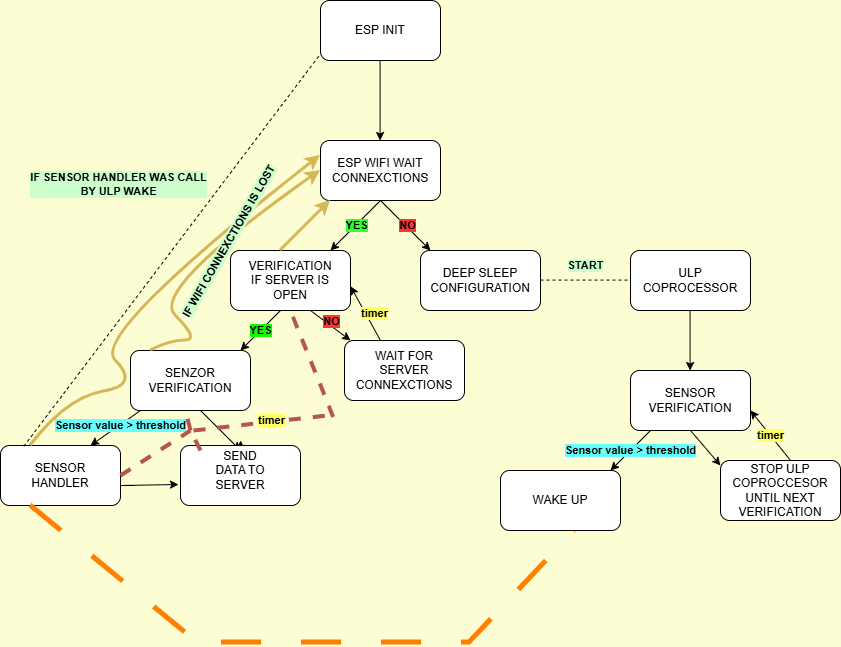
This is images/Workflow.png from casnkl/ESP32-WIFI-PROJECT, a draw.io export, as it was before one commit. Source tidied: cells renumbered, new cells last; positions are measured from the earlier drawing's top-left corner, leaving out a move shared by most shapes.
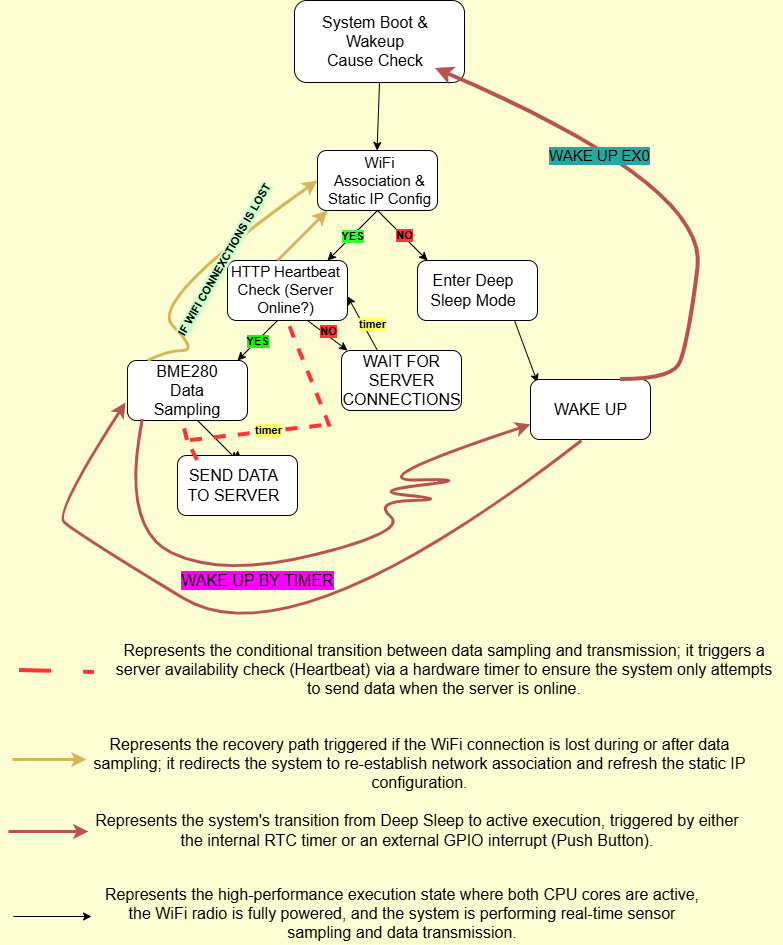
Later version of the same file.

The edit, as a diff of the source:
```diff
@@ -5,10 +5,9 @@
     <mxCell id="2" style="rounded=1;whiteSpace=wrap;html=1;" parent="1" vertex="1">
-      <mxGeometry x="320" width="120" height="60" as="geometry" />
+      <mxGeometry x="297" y="-10" width="170" height="82" as="geometry" />
     </mxCell>
-    <mxCell id="3" value="ESP INIT" style="text;html=1;whiteSpace=wrap;strokeColor=none;fillColor=none;align=center;verticalAlign=middle;rounded=0;" parent="1" vertex="1">
-      <mxGeometry x="350" y="15" width="60" height="30" as="geometry" />
+    <mxCell id="3" value="&lt;font&gt;System Boot &amp;amp; Wakeup Cause Check&lt;/font&gt;" style="text;html=1;whiteSpace=wrap;strokeColor=none;fillColor=none;align=center;verticalAlign=middle;rounded=0;fontSize=16;" parent="1" vertex="1">
+      <mxGeometry x="324" y="9.5" width="108" height="43" as="geometry" />
     </mxCell>
-    <mxCell id="4" style="endArrow=classic;html=1;rounded=0;" parent="1" edge="1">
+    <mxCell id="4" style="endArrow=classic;html=1;rounded=0;exitX=0.5;exitY=1;exitDx=0;exitDy=0;" parent="1" edge="1" source="2">
       <mxGeometry relative="1" as="geometry">
-        <mxPoint x="379.6" y="60" as="sourcePoint" />
         <mxPoint x="379.6" y="140" as="targetPoint" />
@@ -19,4 +18,4 @@
     </mxCell>
-    <mxCell id="6" value="ESP WIFI WAIT CONNEXCTIONS" style="text;html=1;whiteSpace=wrap;strokeColor=none;fillColor=none;align=center;verticalAlign=middle;rounded=0;" parent="1" vertex="1">
-      <mxGeometry x="350" y="155" width="60" height="30" as="geometry" />
+    <mxCell id="6" value="WiFi Association &amp;amp; Static IP Config" style="text;html=1;whiteSpace=wrap;strokeColor=none;fillColor=none;align=center;verticalAlign=middle;rounded=0;fontSize=15;" parent="1" vertex="1">
+      <mxGeometry x="328.5" y="151" width="107" height="38" as="geometry" />
     </mxCell>
@@ -36,70 +35,5 @@
     </mxCell>
-    <mxCell id="10" value="DEEP SLEEP CONFIGURATION" style="text;html=1;whiteSpace=wrap;strokeColor=none;fillColor=none;align=center;verticalAlign=middle;rounded=0;" parent="1" vertex="1">
-      <mxGeometry x="450" y="265" width="60" height="30" as="geometry" />
+    <mxCell id="10" value="Enter Deep Sleep Mode" style="text;html=1;whiteSpace=wrap;strokeColor=none;fillColor=none;align=center;verticalAlign=middle;rounded=0;fontSize=16;" parent="1" vertex="1">
+      <mxGeometry x="424" y="265" width="104" height="30" as="geometry" />
     </mxCell>
-    <mxCell id="11" style="endArrow=none;dashed=1;html=1;rounded=0;" parent="1" edge="1">
-      <mxGeometry relative="1" as="geometry">
-        <mxPoint x="540" y="279.6" as="sourcePoint" />
-        <mxPoint x="630" y="279.6" as="targetPoint" />
-      </mxGeometry>
-    </mxCell>
-    <mxCell id="12" value="START" style="edgeLabel;html=1;align=center;verticalAlign=middle;labelBackgroundColor=#CCFFCC;fontStyle=1;" parent="11" vertex="1">
-      <mxGeometry x="0.01" y="-2" relative="1" as="geometry">
-        <mxPoint x="-1" y="-17" as="offset" />
-      </mxGeometry>
-    </mxCell>
-    <mxCell id="13" style="rounded=1;whiteSpace=wrap;html=1;" parent="1" vertex="1">
-      <mxGeometry x="630" y="250" width="120" height="60" as="geometry" />
-    </mxCell>
-    <mxCell id="14" value="ULP COPROCESSOR" style="text;html=1;whiteSpace=wrap;strokeColor=none;fillColor=none;align=center;verticalAlign=middle;rounded=0;" parent="1" vertex="1">
-      <mxGeometry x="660" y="265" width="60" height="30" as="geometry" />
-    </mxCell>
-    <mxCell id="15" style="endArrow=classic;html=1;rounded=0;" parent="1" edge="1">
-      <mxGeometry relative="1" as="geometry">
-        <mxPoint x="689.6" y="310" as="sourcePoint" />
-        <mxPoint x="689.6" y="370" as="targetPoint" />
-      </mxGeometry>
-    </mxCell>
-    <mxCell id="16" style="rounded=1;whiteSpace=wrap;html=1;" parent="1" vertex="1">
-      <mxGeometry x="630" y="370" width="120" height="60" as="geometry" />
-    </mxCell>
-    <mxCell id="17" value="SENSOR VERIFICATION" style="text;html=1;whiteSpace=wrap;strokeColor=none;fillColor=none;align=center;verticalAlign=middle;rounded=0;" parent="1" vertex="1">
-      <mxGeometry x="660" y="385" width="60" height="30" as="geometry" />
-    </mxCell>
-    <mxCell id="18" style="endArrow=classic;html=1;rounded=0;" parent="1" edge="1">
-      <mxGeometry relative="1" as="geometry">
-        <mxPoint x="650" y="430" as="sourcePoint" />
-        <mxPoint x="610" y="470" as="targetPoint" />
-      </mxGeometry>
-    </mxCell>
-    <mxCell id="19" value="Sensor value &amp;gt; threshold" style="edgeLabel;html=1;align=center;verticalAlign=middle;labelBackgroundColor=#66FFFF;fontStyle=1;" parent="18" vertex="1">
-      <mxGeometry relative="1" as="geometry" />
-    </mxCell>
-    <mxCell id="20" style="rounded=1;whiteSpace=wrap;html=1;" parent="1" vertex="1">
-      <mxGeometry x="500" y="470" width="120" height="60" as="geometry" />
-    </mxCell>
-    <mxCell id="21" value="WAKE UP" style="text;html=1;whiteSpace=wrap;strokeColor=none;fillColor=none;align=center;verticalAlign=middle;rounded=0;" parent="1" vertex="1">
-      <mxGeometry x="530" y="485" width="60" height="30" as="geometry" />
-    </mxCell>
-    <mxCell id="22" style="endArrow=classic;html=1;rounded=0;" parent="1" edge="1">
-      <mxGeometry relative="1" as="geometry">
-        <mxPoint x="690" y="430" as="sourcePoint" />
-        <mxPoint x="720" y="465" as="targetPoint" />
-      </mxGeometry>
-    </mxCell>
-    <mxCell id="23" style="rounded=1;whiteSpace=wrap;html=1;" parent="1" vertex="1">
-      <mxGeometry x="720" y="460" width="120" height="60" as="geometry" />
-    </mxCell>
-    <mxCell id="24" value="STOP ULP COPROCCESOR UNTIL NEXT VERIFICATION" style="text;html=1;whiteSpace=wrap;strokeColor=none;fillColor=none;align=center;verticalAlign=middle;rounded=0;" parent="1" vertex="1">
-      <mxGeometry x="750" y="475" width="60" height="30" as="geometry" />
-    </mxCell>
-    <mxCell id="25" style="endArrow=classic;html=1;rounded=0;" parent="1" edge="1">
-      <mxGeometry relative="1" as="geometry">
-        <mxPoint x="790" y="460" as="sourcePoint" />
-        <mxPoint x="750" y="410" as="targetPoint" />
-      </mxGeometry>
-    </mxCell>
-    <mxCell id="26" value="timer" style="edgeLabel;html=1;align=center;verticalAlign=middle;labelBackgroundColor=#FFFF66;fontStyle=1;" parent="25" vertex="1">
-      <mxGeometry x="0.02" relative="1" as="geometry" />
-    </mxCell>
     <mxCell id="27" style="endArrow=classic;html=1;rounded=0;" parent="1" edge="1">
@@ -116,4 +50,4 @@
     </mxCell>
-    <mxCell id="30" value="VERIFICATION IF SERVER IS OPEN" style="text;html=1;whiteSpace=wrap;strokeColor=none;fillColor=none;align=center;verticalAlign=middle;rounded=0;" parent="1" vertex="1">
-      <mxGeometry x="260" y="265" width="60" height="30" as="geometry" />
+    <mxCell id="30" value="HTTP Heartbeat Check (Server Online?)" style="text;html=1;whiteSpace=wrap;strokeColor=none;fillColor=none;align=center;verticalAlign=middle;rounded=0;fontSize=15;" parent="1" vertex="1">
+      <mxGeometry x="231" y="254" width="115" height="50" as="geometry" />
     </mxCell>
@@ -136,4 +70,4 @@
     </mxCell>
-    <mxCell id="34" value="&lt;div&gt;WAIT FOR&lt;/div&gt;SERVER CONNEXCTIONS" style="text;html=1;whiteSpace=wrap;strokeColor=none;fillColor=none;align=center;verticalAlign=middle;rounded=0;" parent="1" vertex="1">
-      <mxGeometry x="374" y="355" width="60" height="30" as="geometry" />
+    <mxCell id="34" value="&lt;div&gt;&lt;font style=&quot;font-size: 16px;&quot;&gt;WAIT FOR&lt;/font&gt;&lt;/div&gt;&lt;font style=&quot;font-size: 16px;&quot;&gt;SERVER CONNECTIONS&lt;/font&gt;" style="text;html=1;whiteSpace=wrap;strokeColor=none;fillColor=none;align=center;verticalAlign=middle;rounded=0;" parent="1" vertex="1">
+      <mxGeometry x="359" y="353" width="91" height="34" as="geometry" />
     </mxCell>
@@ -162,21 +96,5 @@
     </mxCell>
-    <mxCell id="40" value="SENZOR VERIFICATION" style="text;html=1;whiteSpace=wrap;strokeColor=none;fillColor=none;align=center;verticalAlign=middle;rounded=0;" parent="1" vertex="1">
-      <mxGeometry x="160" y="365" width="60" height="30" as="geometry" />
+    <mxCell id="40" value="BME280 Data Sampling" style="text;html=1;whiteSpace=wrap;strokeColor=none;fillColor=none;align=center;verticalAlign=middle;rounded=0;fontSize=16;" parent="1" vertex="1">
+      <mxGeometry x="142" y="357" width="96" height="45" as="geometry" />
     </mxCell>
-    <mxCell id="41" style="endArrow=classic;html=1;rounded=0;entryX=0.75;entryY=0;entryDx=0;entryDy=0;" parent="1" edge="1" target="43">
-      <mxGeometry relative="1" as="geometry">
-        <mxPoint x="140" y="410" as="sourcePoint" />
-      </mxGeometry>
-    </mxCell>
-    <mxCell id="42" value="Sensor value &amp;gt; threshold" style="edgeLabel;html=1;align=center;verticalAlign=middle;labelBackgroundColor=#66FFFF;fontStyle=1;" parent="41" vertex="1">
-      <mxGeometry relative="1" as="geometry">
-        <mxPoint x="5" y="-3" as="offset" />
-      </mxGeometry>
-    </mxCell>
-    <mxCell id="43" style="rounded=1;whiteSpace=wrap;html=1;" parent="1" vertex="1">
-      <mxGeometry y="445" width="120" height="60" as="geometry" />
-    </mxCell>
-    <mxCell id="44" value="SENSOR HANDLER" style="text;html=1;whiteSpace=wrap;strokeColor=none;fillColor=none;align=center;verticalAlign=middle;rounded=0;" parent="1" vertex="1">
-      <mxGeometry x="30" y="460" width="60" height="30" as="geometry" />
-    </mxCell>
     <mxCell id="45" style="endArrow=classic;html=1;rounded=0;entryX=0.5;entryY=0.083;entryDx=0;entryDy=0;entryPerimeter=0;" parent="1" edge="1" target="47">
@@ -194,37 +112,6 @@
     </mxCell>
-    <mxCell id="48" value="SEND DATA TO SERVER" style="text;html=1;whiteSpace=wrap;strokeColor=none;fillColor=none;align=center;verticalAlign=middle;rounded=0;" parent="1" vertex="1">
-      <mxGeometry x="210" y="455" width="60" height="30" as="geometry" />
+    <mxCell id="48" value="SEND DATA TO SERVER" style="text;html=1;whiteSpace=wrap;strokeColor=none;fillColor=none;align=center;verticalAlign=middle;rounded=0;fontSize=16;" parent="1" vertex="1">
+      <mxGeometry x="185" y="460" width="103" height="30" as="geometry" />
     </mxCell>
-    <mxCell id="49" style="endArrow=classic;html=1;rounded=0;" parent="1" edge="1">
-      <mxGeometry relative="1" as="geometry">
-        <mxPoint x="134" y="485" as="sourcePoint" />
-        <mxPoint x="178" y="484" as="targetPoint" />
-        <Array as="points">
-          <mxPoint x="120" y="485" />
-        </Array>
-      </mxGeometry>
-    </mxCell>
-    <mxCell id="50" style="endArrow=none;dashed=1;html=1;dashPattern=8 8;strokeWidth=5;rounded=0;exitX=0.25;exitY=1;exitDx=0;exitDy=0;entryX=0.611;entryY=1.019;entryDx=0;entryDy=0;entryPerimeter=0;strokeColor=#FF8000;" parent="1" edge="1" source="43" target="20">
-      <mxGeometry relative="1" as="geometry">
-        <Array as="points">
-          <mxPoint x="197" y="642" />
-          <mxPoint x="469" y="642" />
-        </Array>
-      </mxGeometry>
-    </mxCell>
-    <mxCell id="51" style="endArrow=none;dashed=1;html=1;rounded=0;entryX=-0.011;entryY=0.919;entryDx=0;entryDy=0;entryPerimeter=0;exitX=0.194;exitY=0.014;exitDx=0;exitDy=0;exitPerimeter=0;" parent="1" edge="1" source="43" target="2">
-      <mxGeometry relative="1" as="geometry" />
-    </mxCell>
-    <mxCell id="52" value="&lt;font style=&quot;color: light-dark(rgb(0, 0, 0), rgb(237, 237, 237));&quot;&gt;&lt;b&gt;IF SENSOR HANDLER WAS CALL&lt;br&gt;BY ULP WAKE&lt;/b&gt;&lt;/font&gt;" style="edgeLabel;html=1;align=center;verticalAlign=middle;labelBackgroundColor=light-dark(#CCFFCC,#EDEDED);" parent="51" vertex="1">
-      <mxGeometry x="0.34" y="1" relative="1" as="geometry">
-        <mxPoint x="-102" as="offset" />
-      </mxGeometry>
-    </mxCell>
-    <mxCell id="53" style="endArrow=none;dashed=1;html=1;rounded=0;fillColor=#f8cecc;strokeColor=#b85450;strokeWidth=4;" parent="1" edge="1">
-      <mxGeometry relative="1" as="geometry">
-        <mxPoint x="120" y="475" as="sourcePoint" />
-        <mxPoint x="190" y="430" as="targetPoint" />
-      </mxGeometry>
-    </mxCell>
-    <mxCell id="54" style="endArrow=none;dashed=1;html=1;rounded=0;exitX=0.167;exitY=0.083;exitDx=0;exitDy=0;exitPerimeter=0;fillColor=#f8cecc;strokeColor=#b85450;strokeWidth=4;" parent="1" edge="1" source="47">
+    <mxCell id="54" style="endArrow=none;dashed=1;html=1;rounded=0;exitX=0.167;exitY=0.083;exitDx=0;exitDy=0;exitPerimeter=0;fillColor=#f8cecc;strokeColor=#FF3333;strokeWidth=4;" parent="1" edge="1" source="47">
       <mxGeometry relative="1" as="geometry">
@@ -233,3 +120,3 @@
     </mxCell>
-    <mxCell id="55" style="endArrow=none;dashed=1;html=1;rounded=0;fillColor=#f8cecc;strokeColor=#b85450;strokeWidth=4;" parent="1" edge="1">
+    <mxCell id="55" style="endArrow=none;dashed=1;html=1;rounded=0;fillColor=#f8cecc;strokeColor=#FF3333;strokeWidth=4;" parent="1" edge="1">
       <mxGeometry relative="1" as="geometry">
@@ -239,3 +126,3 @@
     </mxCell>
-    <mxCell id="56" style="endArrow=none;dashed=1;html=1;rounded=0;fillColor=#f8cecc;strokeColor=#b85450;strokeWidth=4;" parent="1" edge="1">
+    <mxCell id="56" style="endArrow=none;dashed=1;html=1;rounded=0;fillColor=#f8cecc;strokeColor=#FF3333;strokeWidth=4;" parent="1" edge="1">
       <mxGeometry relative="1" as="geometry">
@@ -250,3 +137,3 @@
     </mxCell>
-    <mxCell id="58" style="endArrow=none;dashed=1;html=1;rounded=0;exitX=0.106;exitY=0.025;exitDx=0;exitDy=0;exitPerimeter=0;entryX=0.5;entryY=1;entryDx=0;entryDy=0;fillColor=#f8cecc;strokeColor=#b85450;strokeWidth=4;" parent="1" edge="1" target="29">
+    <mxCell id="58" style="endArrow=none;dashed=1;html=1;rounded=0;exitX=0.106;exitY=0.025;exitDx=0;exitDy=0;exitPerimeter=0;entryX=0.5;entryY=1;entryDx=0;entryDy=0;fillColor=#f8cecc;strokeColor=#FF3333;strokeWidth=4;" parent="1" edge="1" target="29">
       <mxGeometry relative="1" as="geometry">
@@ -271,16 +158,100 @@
     </mxCell>
-    <mxCell id="61" style="curved=1;endArrow=classic;html=1;rounded=0;entryX=0;entryY=0.25;entryDx=0;entryDy=0;fillColor=#fff2cc;strokeColor=#d6b656;strokeWidth=3;exitX=0.25;exitY=0;exitDx=0;exitDy=0;" parent="1" edge="1" source="43" target="5">
-      <mxGeometry relative="1" as="geometry">
-        <Array as="points">
-          <mxPoint x="67" y="397" />
-          <mxPoint x="140" y="385" />
-          <mxPoint x="90" y="335" />
-        </Array>
-      </mxGeometry>
-    </mxCell>
-    <mxCell id="62" value="IF WIFI CONNEXCTIONS IS LOST" style="edgeLabel;html=1;align=center;verticalAlign=middle;rotation=-60;labelBackgroundColor=#CCFFCC;fontStyle=1;" parent="61" vertex="1">
-      <mxGeometry x="0.61" y="2" relative="1" as="geometry">
-        <mxPoint x="-15" y="28" as="offset" />
-      </mxGeometry>
+    <mxCell id="62" value="IF WIFI CONNEXCTIONS IS LOST" style="edgeLabel;html=1;align=center;verticalAlign=middle;rotation=-60;labelBackgroundColor=#CCFFCC;fontStyle=1;" parent="1" vertex="1">
+      <mxGeometry x="226" y="250" as="geometry" />
     </mxCell>
+    <mxCell id="63" style="endArrow=classic;html=1;rounded=0;" parent="1" edge="1">
+      <mxGeometry relative="1" as="geometry">
+        <mxPoint x="517" y="310" as="sourcePoint" />
+        <mxPoint x="540" y="372" as="targetPoint" />
+      </mxGeometry>
+    </mxCell>
+    <mxCell id="64" style="rounded=1;whiteSpace=wrap;html=1;" parent="1" vertex="1">
+      <mxGeometry x="533" y="369" width="120" height="60" as="geometry" />
+    </mxCell>
+    <mxCell id="21" value="WAKE UP" style="text;html=1;whiteSpace=wrap;strokeColor=none;fillColor=none;align=center;verticalAlign=middle;rounded=0;fontSize=16;" parent="1" vertex="1">
+      <mxGeometry x="542" y="384" width="103" height="30" as="geometry" />
+    </mxCell>
+    <mxCell id="65" style="curved=1;endArrow=classic;html=1;rounded=0;strokeWidth=3;fillColor=#f8cecc;strokeColor=#b85450;" parent="1" edge="1">
+      <mxGeometry relative="1" as="geometry">
+        <mxPoint x="584" y="430" as="sourcePoint" />
+        <mxPoint x="128" y="392" as="targetPoint" />
+        <Array as="points">
+          <mxPoint x="295" y="654" />
+          <mxPoint x="76" y="521" />
+          <mxPoint x="57" y="502" />
+        </Array>
+      </mxGeometry>
+    </mxCell>
+    <mxCell id="66" value="WAKE UP BY TIMER" style="edgeLabel;html=1;align=center;verticalAlign=middle;labelBackgroundColor=#FF00FF;fontSize=16;" parent="65" vertex="1">
+      <mxGeometry x="-0.41" y="-17" relative="1" as="geometry">
+        <mxPoint x="-132" y="12" as="offset" />
+      </mxGeometry>
+    </mxCell>
+    <mxCell id="67" style="curved=1;endArrow=classic;html=1;rounded=0;exitX=0.123;exitY=0.977;exitDx=0;exitDy=0;exitPerimeter=0;entryX=0;entryY=0.75;entryDx=0;entryDy=0;strokeWidth=3;fillColor=#f8cecc;strokeColor=#b85450;" parent="1" edge="1" source="39" target="64">
+      <mxGeometry relative="1" as="geometry">
+        <Array as="points">
+          <mxPoint x="123" y="518" />
+          <mxPoint x="226" y="567" />
+          <mxPoint x="410" y="521" />
+          <mxPoint x="376" y="491" />
+          <mxPoint x="453" y="489" />
+          <mxPoint x="370" y="481" />
+          <mxPoint x="480" y="468" />
+          <mxPoint x="360" y="471" />
+        </Array>
+      </mxGeometry>
+    </mxCell>
+    <mxCell id="68" style="curved=1;endArrow=classic;html=1;rounded=0;fillColor=#f8cecc;strokeColor=#b85450;strokeWidth=4;" parent="1" edge="1">
+      <mxGeometry relative="1" as="geometry">
+        <mxPoint x="623" y="369" as="sourcePoint" />
+        <mxPoint x="438" y="58" as="targetPoint" />
+        <Array as="points">
+          <mxPoint x="673" y="369" />
+          <mxPoint x="690" y="340" />
+          <mxPoint x="711" y="175" />
+        </Array>
+      </mxGeometry>
+    </mxCell>
+    <mxCell id="69" value="WAKE UP EX0" style="edgeLabel;html=1;align=center;verticalAlign=middle;fontSize=15;labelBackgroundColor=light-dark(#23a9a0, #ededed);" parent="68" vertex="1">
+      <mxGeometry x="0.33" y="15" relative="1" as="geometry" />
+    </mxCell>
+    <mxCell id="70" value="Represents the conditional transition between data sampling and transmission; it triggers a server availability check (Heartbeat) via a hardware timer to ensure the system only attempts to send data when the server is online." style="text;html=1;whiteSpace=wrap;strokeColor=none;fillColor=none;align=center;verticalAlign=middle;rounded=0;fontSize=16;" parent="1" vertex="1">
+      <mxGeometry x="109" y="632" width="676" height="54" as="geometry" />
+    </mxCell>
+    <mxCell id="71" style="endArrow=none;dashed=1;html=1;dashPattern=8 8;strokeWidth=4;rounded=0;strokeColor=#FF3333;" parent="1" edge="1">
+      <mxGeometry relative="1" as="geometry">
+        <mxPoint x="22" y="660" as="sourcePoint" />
+        <mxPoint x="97" y="662" as="targetPoint" />
+      </mxGeometry>
+    </mxCell>
+    <mxCell id="72" style="endArrow=classic;html=1;rounded=0;strokeColor=#D6B656;strokeWidth=3;" parent="1" edge="1">
+      <mxGeometry relative="1" as="geometry">
+        <mxPoint x="15" y="749" as="sourcePoint" />
+        <mxPoint x="89" y="749" as="targetPoint" />
+      </mxGeometry>
+    </mxCell>
+    <mxCell id="73" value="Represents the recovery path triggered if the WiFi connection is lost during or after data sampling; it redirects the system to re-establish network association and refresh the static IP configuration." style="text;html=1;whiteSpace=wrap;strokeColor=none;fillColor=none;align=center;verticalAlign=middle;rounded=0;fontSize=16;" parent="1" vertex="1">
+      <mxGeometry x="84" y="722" width="677" height="61" as="geometry" />
+    </mxCell>
+    <mxCell id="74" style="endArrow=classic;html=1;rounded=0;strokeWidth=3;strokeColor=#B85450;" parent="1" edge="1">
+      <mxGeometry relative="1" as="geometry">
+        <mxPoint x="11" y="821" as="sourcePoint" />
+        <mxPoint x="91" y="821" as="targetPoint" />
+        <Array as="points">
+          <mxPoint x="49" y="821" />
+        </Array>
+      </mxGeometry>
+    </mxCell>
+    <mxCell id="75" value="Represents the system's transition from Deep Sleep to active execution, triggered by either the internal RTC timer or an external GPIO interrupt (Push Button)." style="text;html=1;whiteSpace=wrap;strokeColor=none;fillColor=none;align=center;verticalAlign=middle;rounded=0;fontSize=16;" parent="1" vertex="1">
+      <mxGeometry x="94" y="795" width="652" height="49" as="geometry" />
+    </mxCell>
+    <mxCell id="76" style="endArrow=classic;html=1;rounded=0;" parent="1" edge="1">
+      <mxGeometry relative="1" as="geometry">
+        <mxPoint x="16" y="906" as="sourcePoint" />
+        <mxPoint x="94" y="906" as="targetPoint" />
+      </mxGeometry>
+    </mxCell>
+    <mxCell id="77" value="Represents the high-performance execution state where both CPU cores are active, the WiFi radio is fully powered, and the system is performing real-time sensor sampling and data transmission." style="text;html=1;whiteSpace=wrap;strokeColor=none;fillColor=none;align=center;verticalAlign=middle;rounded=0;fontSize=16;" parent="1" vertex="1">
+      <mxGeometry x="101.5" y="871" width="606" height="63" as="geometry" />
+    </mxCell>
   </root>
```
